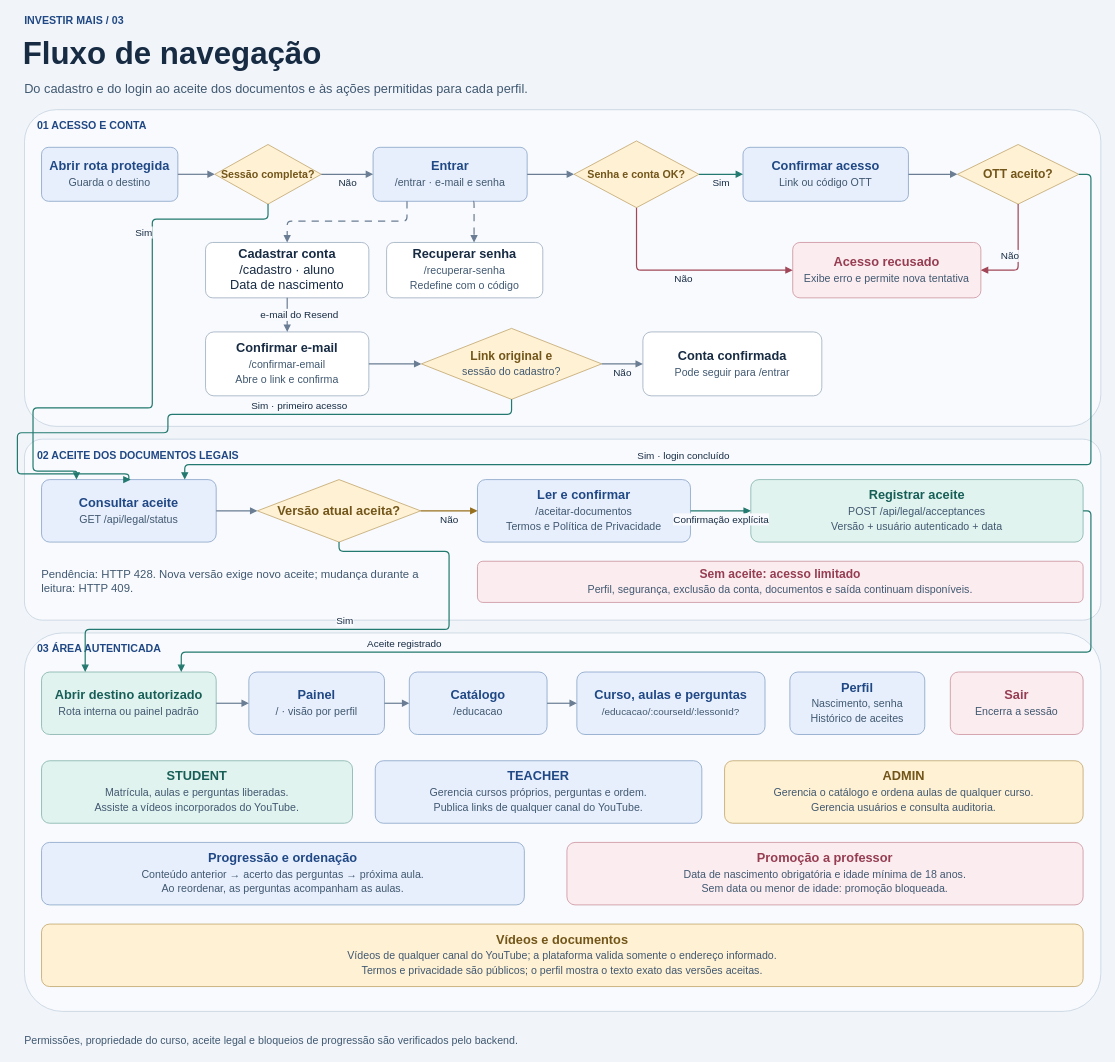
GabrielYYM/INVESTIR-MAIS keeps this draw.io diagram as page "03 · Fluxo de navegação" (3 of 5) of docs/diagramas/investir-mais.drawio. Above is the earlier version. Source tidied: cells renumbered, new cells numbered last; positions are measured from the earlier drawing's top-left corner, leaving out a move shared by most shapes. Both pictures are drawn from the tidied source at 71%, with x=0, y=0 at pixel (17, 12).
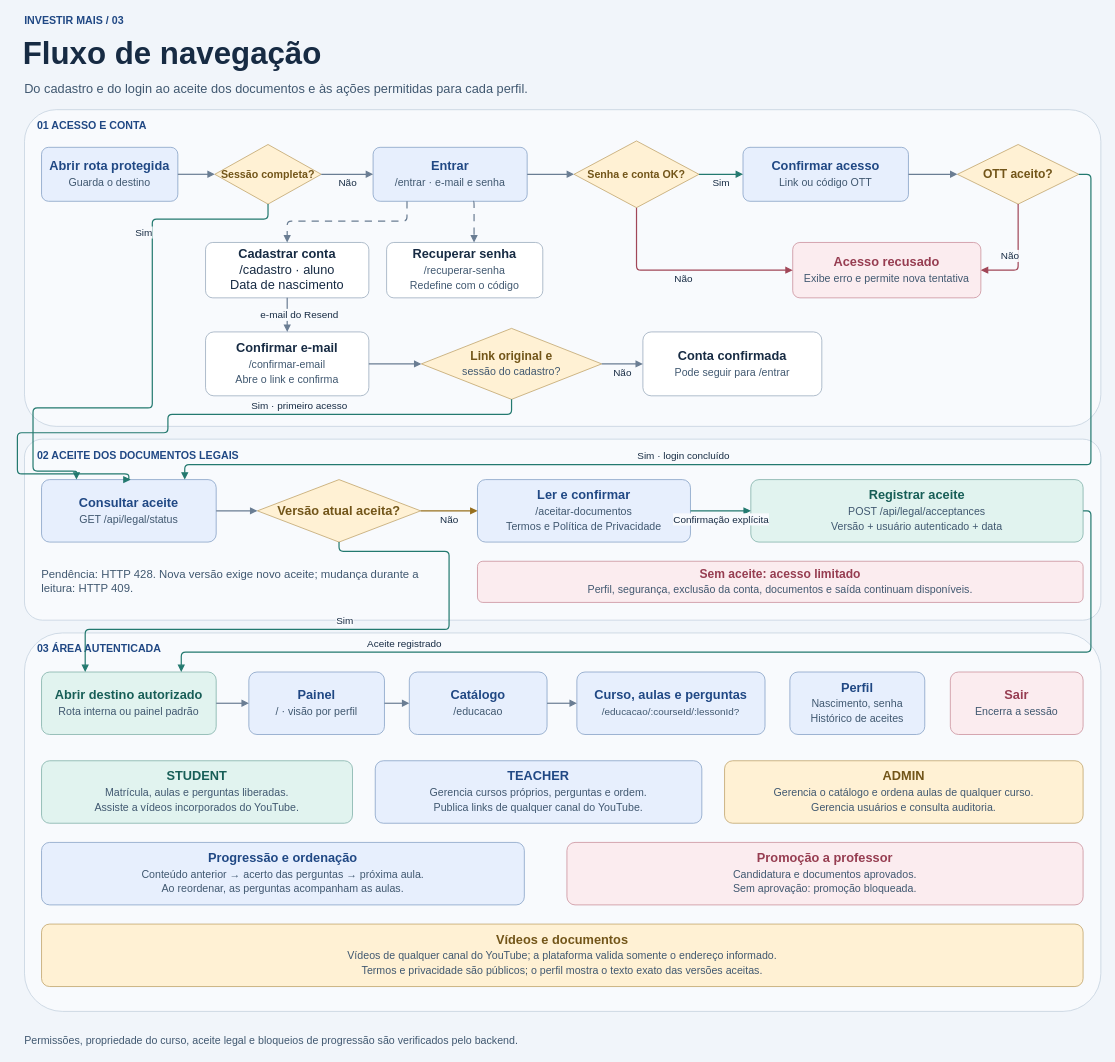
The same diagram, later.

What changed in the source:
```diff
@@
-    <mxCell id="39" value="&lt;b style=&quot;font-size:18px;color:#963D51&quot;&gt;Promoção a professor&lt;/b&gt;&lt;br&gt;&lt;span style=&quot;font-size:15px;color:#405870;line-height:1.35&quot;&gt;Data de nascimento obrigatória e idade mínima de 18 anos.&lt;br&gt;Sem data ou menor de idade: promoção bloqueada.&lt;/span&gt;" style="html=1;whiteSpace=wrap;rounded=1;arcSize=13;fillColor=#FBECEF;strokeColor=#C58693;align=center;verticalAlign=middle;fontColor=#172B43;fontSize=18;spacing=5;" parent="1" vertex="1">
+    <mxCell id="39" value="&lt;b style=&quot;font-size:18px;color:#963D51&quot;&gt;Promoção a professor&lt;/b&gt;&lt;br&gt;&lt;span style=&quot;font-size:15px;color:#405870;line-height:1.35&quot;&gt;Candidatura e documentos aprovados.&lt;br&gt;Sem aprovação: promoção bloqueada.&lt;/span&gt;" style="html=1;whiteSpace=wrap;rounded=1;arcSize=13;fillColor=#FBECEF;strokeColor=#C58693;align=center;verticalAlign=middle;fontColor=#172B43;fontSize=18;spacing=5;" parent="1" vertex="1">
       <mxGeometry x="774" y="1169" width="727" height="88" as="geometry" />
     </mxCell>
```
